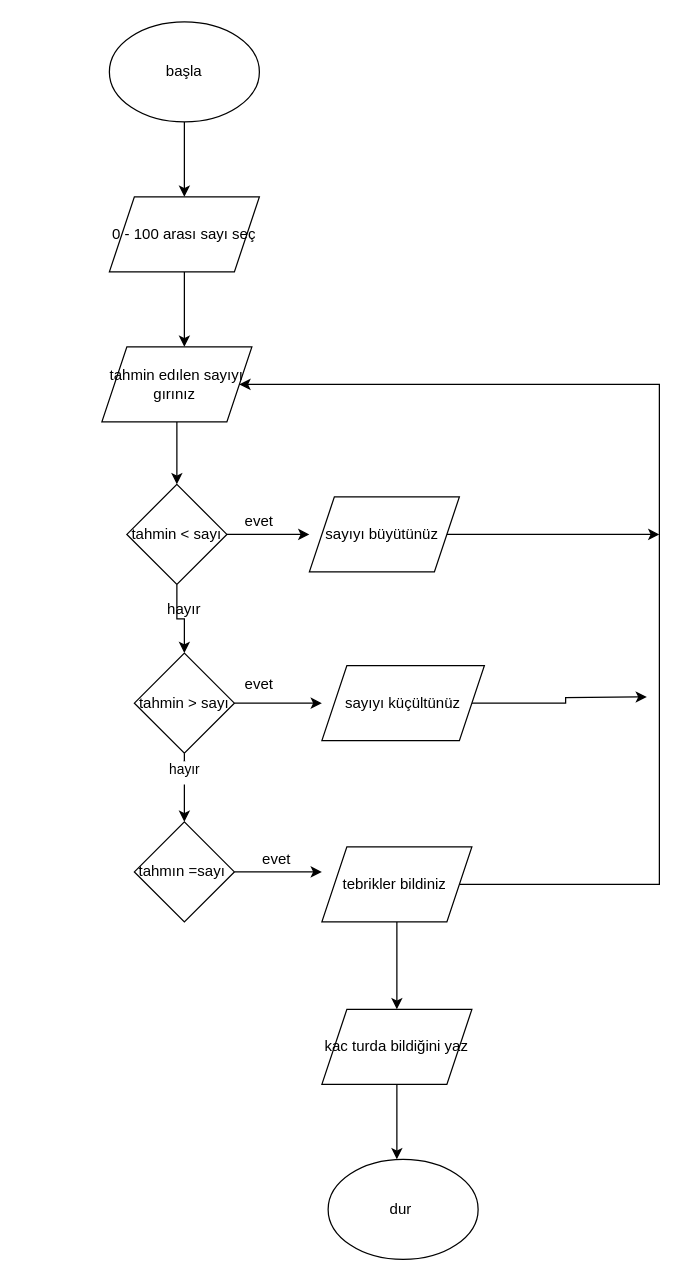
The draw.io diagram practice-1.drawio in ahmetburakbabursah/repo-draw, before the edit. Source tidied: cells renumbered, new cells numbered last; positions are measured from the earlier drawing's top-left corner, leaving out a move shared by most shapes. Both pictures are drawn from the tidied source at 125%, with x=0, y=0 at pixel (101, 21).
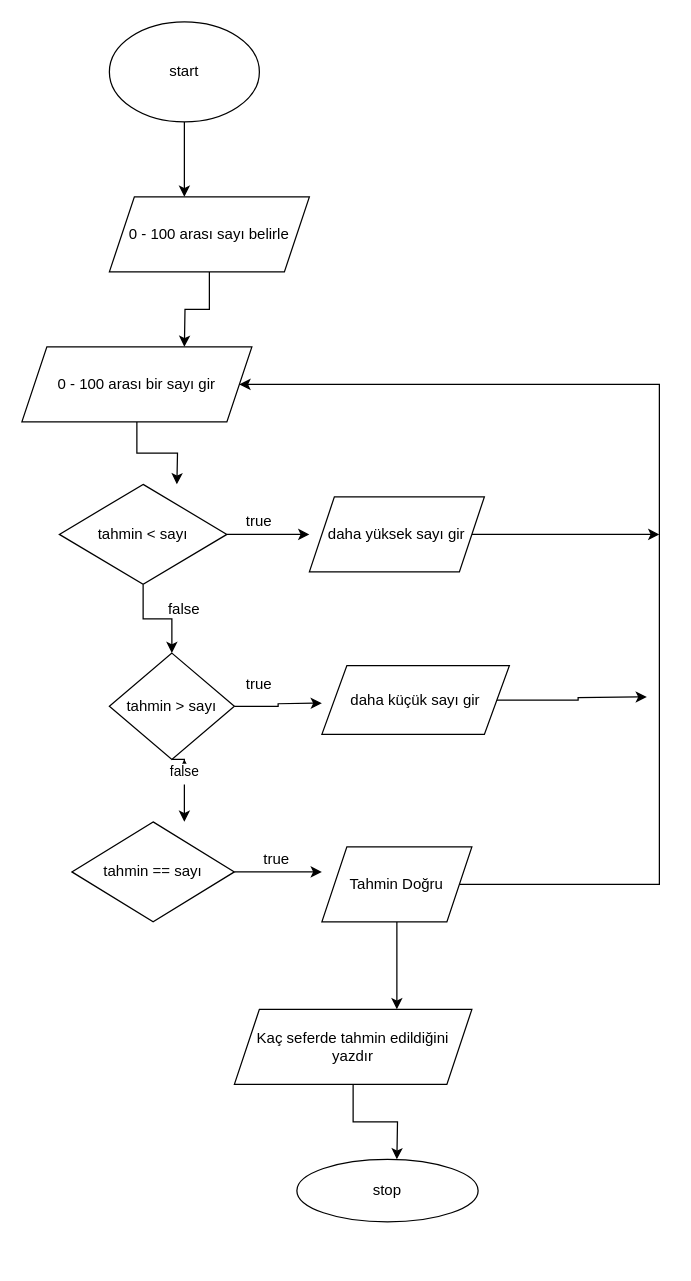
The same diagram, later.

What changed in the source:
```diff
@@
-    <mxCell id="3" value="başla" style="ellipse;whiteSpace=wrap;html=1;" parent="1" vertex="1">
+    <mxCell id="3" value="start" style="ellipse;whiteSpace=wrap;html=1;" parent="1" vertex="1">
       <mxGeometry x="6" width="120" height="80" as="geometry" />
     </mxCell>
@@
-    <mxCell id="5" value="0 - 100 arası sayı seç" style="shape=parallelogram;perimeter=parallelogramPerimeter;whiteSpace=wrap;html=1;fixedSize=1;" parent="1" vertex="1">
-      <mxGeometry x="6" y="140" width="120" height="60" as="geometry" />
+    <mxCell id="5" value="0 - 100 arası sayı belirle" style="shape=parallelogram;perimeter=parallelogramPerimeter;whiteSpace=wrap;html=1;fixedSize=1;" parent="1" vertex="1">
+      <mxGeometry x="6" y="140" width="160" height="60" as="geometry" />
     </mxCell>
@@
-    <mxCell id="7" value="tahmin edılen sayıyı gırınız&amp;nbsp;" style="shape=parallelogram;perimeter=parallelogramPerimeter;whiteSpace=wrap;html=1;fixedSize=1;" parent="1" vertex="1">
-      <mxGeometry y="260" width="120" height="60" as="geometry" />
+    <mxCell id="7" value="0 - 100 arası bir sayı gir" style="shape=parallelogram;perimeter=parallelogramPerimeter;whiteSpace=wrap;html=1;fixedSize=1;" parent="1" vertex="1">
+      <mxGeometry x="-64" y="260" width="184" height="60" as="geometry" />
     </mxCell>
@@
     <mxCell id="10" value="tahmin &amp;lt; sayı" style="rhombus;whiteSpace=wrap;html=1;" parent="1" vertex="1">
-      <mxGeometry x="20" y="370" width="80" height="80" as="geometry" />
+      <mxGeometry x="-34" y="370" width="134" height="80" as="geometry" />
     </mxCell>
@@
     <mxCell id="13" value="tahmin &amp;gt; sayı" style="rhombus;whiteSpace=wrap;html=1;" parent="1" vertex="1">
-      <mxGeometry x="26" y="505" width="80" height="80" as="geometry" />
+      <mxGeometry x="6" y="505" width="100" height="85" as="geometry" />
     </mxCell>
@@
-    <mxCell id="15" value="tahmın =sayı&amp;nbsp;" style="rhombus;whiteSpace=wrap;html=1;" parent="1" vertex="1">
-      <mxGeometry x="26" y="640" width="80" height="80" as="geometry" />
+    <mxCell id="15" value="tahmin == sayı" style="rhombus;whiteSpace=wrap;html=1;" parent="1" vertex="1">
+      <mxGeometry x="-24" y="640" width="130" height="80" as="geometry" />
     </mxCell>
@@
-    <mxCell id="17" value="sayıyı büyütünüz&amp;nbsp;" style="shape=parallelogram;perimeter=parallelogramPerimeter;whiteSpace=wrap;html=1;fixedSize=1;" parent="1" vertex="1">
-      <mxGeometry x="166" y="380" width="120" height="60" as="geometry" />
+    <mxCell id="17" value="daha yüksek sayı gir" style="shape=parallelogram;perimeter=parallelogramPerimeter;whiteSpace=wrap;html=1;fixedSize=1;" parent="1" vertex="1">
+      <mxGeometry x="166" y="380" width="140" height="60" as="geometry" />
     </mxCell>
@@
-    <mxCell id="19" value="sayıyı küçültünüz" style="shape=parallelogram;perimeter=parallelogramPerimeter;whiteSpace=wrap;html=1;fixedSize=1;" parent="1" vertex="1">
-      <mxGeometry x="176" y="515" width="130" height="60" as="geometry" />
+    <mxCell id="19" value="daha küçük sayı gir" style="shape=parallelogram;perimeter=parallelogramPerimeter;whiteSpace=wrap;html=1;fixedSize=1;" parent="1" vertex="1">
+      <mxGeometry x="176" y="515" width="150" height="55" as="geometry" />
     </mxCell>
@@
-    <mxCell id="22" value="tebrikler bildiniz&amp;nbsp;" style="shape=parallelogram;perimeter=parallelogramPerimeter;whiteSpace=wrap;html=1;fixedSize=1;" parent="1" vertex="1">
+    <mxCell id="22" value="Tahmin Doğru" style="shape=parallelogram;perimeter=parallelogramPerimeter;whiteSpace=wrap;html=1;fixedSize=1;" parent="1" vertex="1">
       <mxGeometry x="176" y="660" width="120" height="60" as="geometry" />
     </mxCell>
-    <mxCell id="23" value="dur&amp;nbsp;" style="ellipse;whiteSpace=wrap;html=1;" parent="1" vertex="1">
-      <mxGeometry x="181" y="910" width="120" height="80" as="geometry" />
+    <mxCell id="23" value="stop" style="ellipse;whiteSpace=wrap;html=1;" parent="1" vertex="1">
+      <mxGeometry x="156" y="910" width="145" height="50" as="geometry" />
     </mxCell>
-    <mxCell id="24" value="hayır" style="edgeStyle=orthogonalEdgeStyle;rounded=0;jettySize=auto;html=1;exitX=0.5;exitY=1;exitDx=0;exitDy=0;" parent="1" edge="1" source="13">
-      <mxGeometry relative="1" as="geometry">
+    <mxCell id="24" value="false" style="edgeStyle=orthogonalEdgeStyle;rounded=0;jettySize=auto;html=1;exitX=0.5;exitY=1;exitDx=0;exitDy=0;" parent="1" edge="1" source="13">
+      <mxGeometry x="0.33" relative="1" as="geometry">
         <mxPoint x="66" y="590" as="targetPoint" />
         <Array as="points">
           <mxPoint x="66" y="600" />
           <mxPoint x="66" y="600" />
         </Array>
       </mxGeometry>
     </mxCell>
-    <mxCell id="25" value="evet" style="text;html=1;strokeColor=none;fillColor=none;align=center;verticalAlign=middle;whiteSpace=wrap;rounded=0;" parent="1" vertex="1">
+    <mxCell id="25" value="true" style="text;html=1;strokeColor=none;fillColor=none;align=center;verticalAlign=middle;whiteSpace=wrap;rounded=0;" parent="1" vertex="1">
       <mxGeometry x="106" y="390" width="40" height="20" as="geometry" />
     </mxCell>
-    <mxCell id="26" value="evet" style="text;html=1;strokeColor=none;fillColor=none;align=center;verticalAlign=middle;whiteSpace=wrap;rounded=0;" parent="1" vertex="1">
+    <mxCell id="26" value="true" style="text;html=1;strokeColor=none;fillColor=none;align=center;verticalAlign=middle;whiteSpace=wrap;rounded=0;" parent="1" vertex="1">
       <mxGeometry x="106" y="520" width="40" height="20" as="geometry" />
     </mxCell>
-    <mxCell id="27" value="evet" style="text;html=1;strokeColor=none;fillColor=none;align=center;verticalAlign=middle;whiteSpace=wrap;rounded=0;" parent="1" vertex="1">
+    <mxCell id="27" value="true" style="text;html=1;strokeColor=none;fillColor=none;align=center;verticalAlign=middle;whiteSpace=wrap;rounded=0;" parent="1" vertex="1">
       <mxGeometry x="120" y="660" width="40" height="20" as="geometry" />
     </mxCell>
-    <mxCell id="28" value="hayır" style="text;html=1;strokeColor=none;fillColor=none;align=center;verticalAlign=middle;whiteSpace=wrap;rounded=0;" parent="1" vertex="1">
+    <mxCell id="28" value="false" style="text;html=1;strokeColor=none;fillColor=none;align=center;verticalAlign=middle;whiteSpace=wrap;rounded=0;" parent="1" vertex="1">
       <mxGeometry x="46" y="460" width="40" height="20" as="geometry" />
     </mxCell>
@@
-    <mxCell id="30" value="kac turda bildiğini yaz" style="shape=parallelogram;perimeter=parallelogramPerimeter;whiteSpace=wrap;html=1;fixedSize=1;" parent="1" vertex="1">
-      <mxGeometry x="176" y="790" width="120" height="60" as="geometry" />
+    <mxCell id="30" value="Kaç seferde tahmin edildiğini yazdır" style="shape=parallelogram;perimeter=parallelogramPerimeter;whiteSpace=wrap;html=1;fixedSize=1;" parent="1" vertex="1">
+      <mxGeometry x="106" y="790" width="190" height="60" as="geometry" />
     </mxCell>
```
